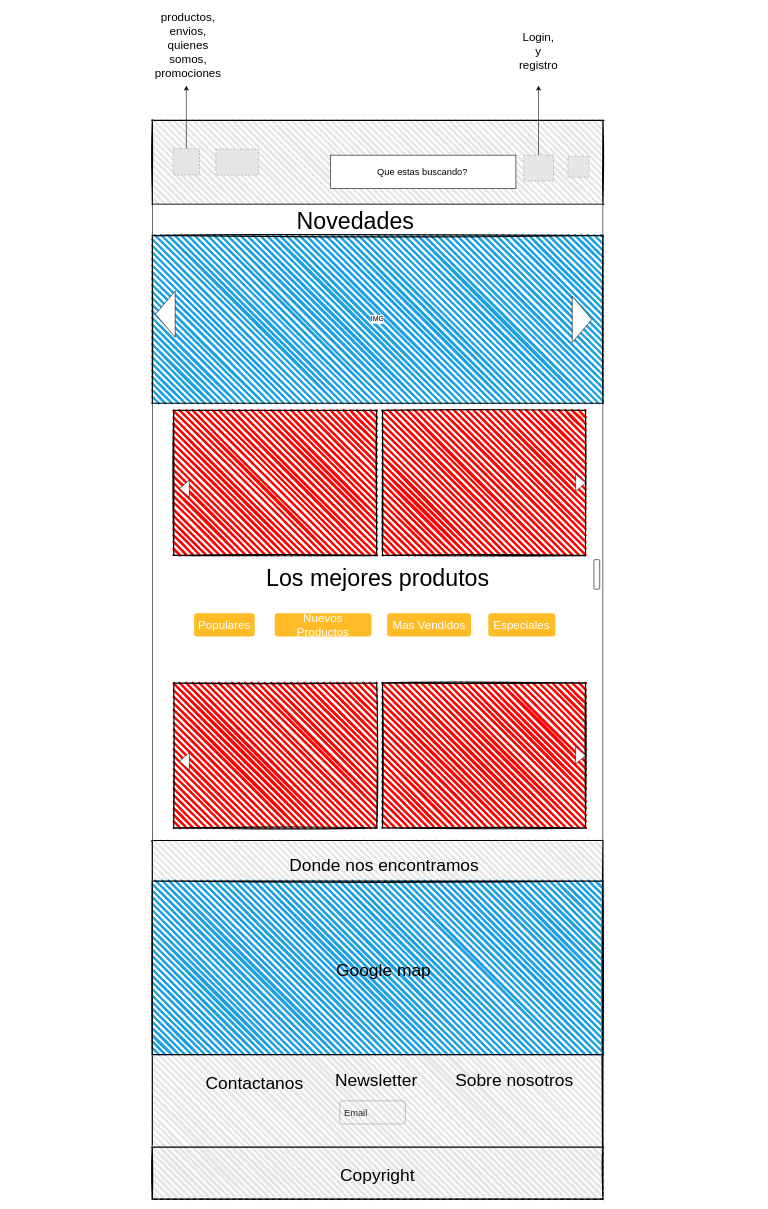
Before: page "Page-1" (1 of 3) of Bocetos/Bocetos-de-Home/Home-768.drawio in Evaristodantur/BierClub, a draw.io diagram. Source tidied: cells renumbered, new cells numbered last; positions are measured from the earlier drawing's top-left corner, leaving out a move shared by most shapes. Both pictures are drawn from the tidied source at 58%, with x=0, y=0 at pixel (9, 39). Pictures stored in the file or linked from it are replaced by grey dashed boxes.
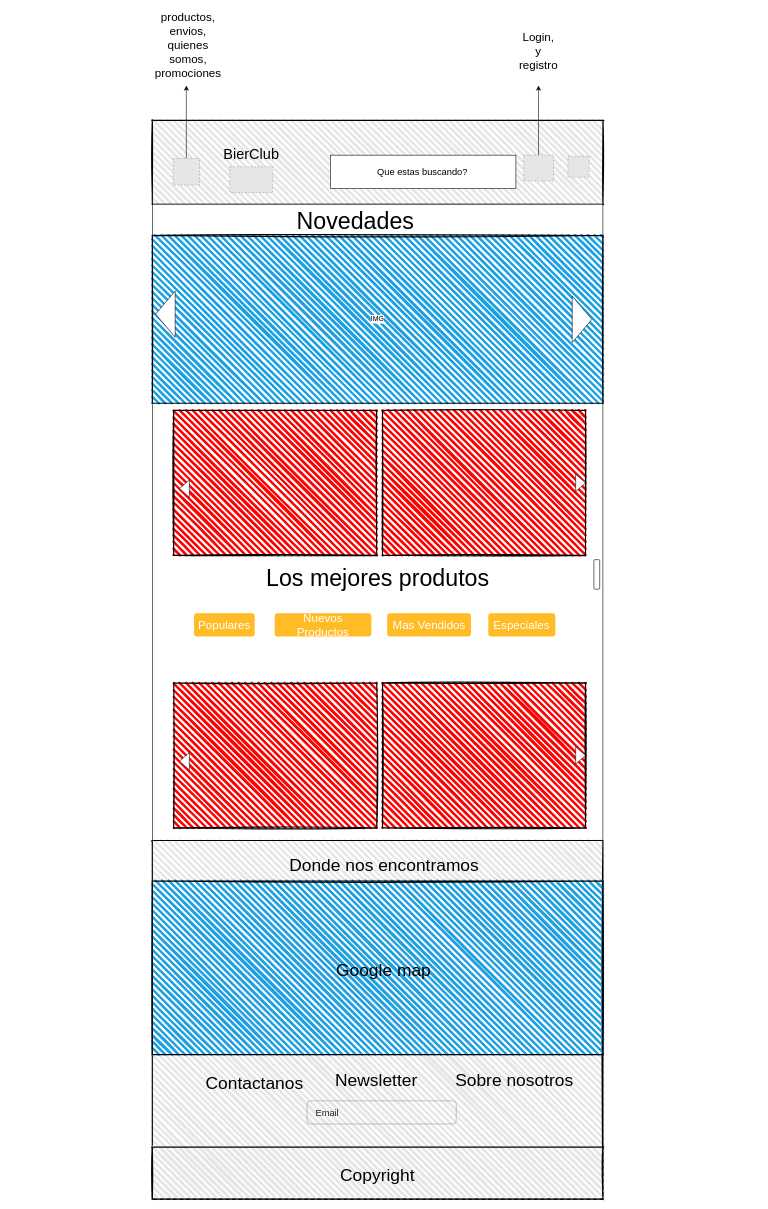
After the change.

What changed in the source:
```diff
@@
     <mxCell id="9" style="fillColor=#E6E6E6;strokeColor=#999999;dashed=1;verticalLabelPosition=bottom;labelBackgroundColor=#ffffff;verticalAlign=top;" parent="1" vertex="1">
-      <mxGeometry x="355.8" y="189.9" width="73.3" height="44.5" as="geometry" />
+      <mxGeometry x="379.8" y="220" width="73.3" height="44.5" as="geometry" />
     </mxCell>
@@
     <mxCell id="20" style="group;" parent="1" vertex="1">
-      <mxGeometry x="569.4" y="1830.5" width="118.7" height="39.9" as="geometry" />
+      <mxGeometry x="513" y="1830.5" width="270" height="39.9" as="geometry" />
     </mxCell>
     <mxCell id="21" value="Email" style="fillColor=none;strokeColor=none;align=left;fontSize=16;fontColor=#212529;" parent="20" vertex="1">
-      <mxGeometry x="5.7" width="113" height="39.9" as="geometry" />
+      <mxGeometry x="12.9" width="257.1" height="39.9" as="geometry" />
     </mxCell>
     <mxCell id="22" style="html=1;shadow=0;dashed=0;shape=mxgraph.bootstrap.rrect;rSize=5;fillColor=none;strokeColor=#999999;align=left;spacing=15;fontSize=16;fontColor=#6C767D;" parent="20" vertex="1">
-      <mxGeometry width="113" height="39.9" as="geometry" />
+      <mxGeometry width="257.1" height="39.9" as="geometry" />
     </mxCell>
@@
     <mxCell id="29" style="fillColor=#E6E6E6;strokeColor=#999999;dashed=1;verticalLabelPosition=bottom;labelBackgroundColor=#ffffff;verticalAlign=top;" parent="1" vertex="1">
-      <mxGeometry x="282.1" y="188.8" width="45.4" height="45.4" as="geometry" />
+      <mxGeometry x="282.1" y="205.9" width="45.4" height="45.4" as="geometry" />
     </mxCell>
@@
+    <mxCell id="47" value="&lt;font style=&quot;font-size: 25px&quot;&gt;BierClub&lt;/font&gt;" style="text;html=1;strokeColor=none;fillColor=none;align=center;verticalAlign=middle;whiteSpace=wrap;rounded=0;fontSize=40;" parent="1" vertex="1">
+      <mxGeometry x="327.5" y="181.9" width="177.9" height="19.9" as="geometry" />
+    </mxCell>
```
